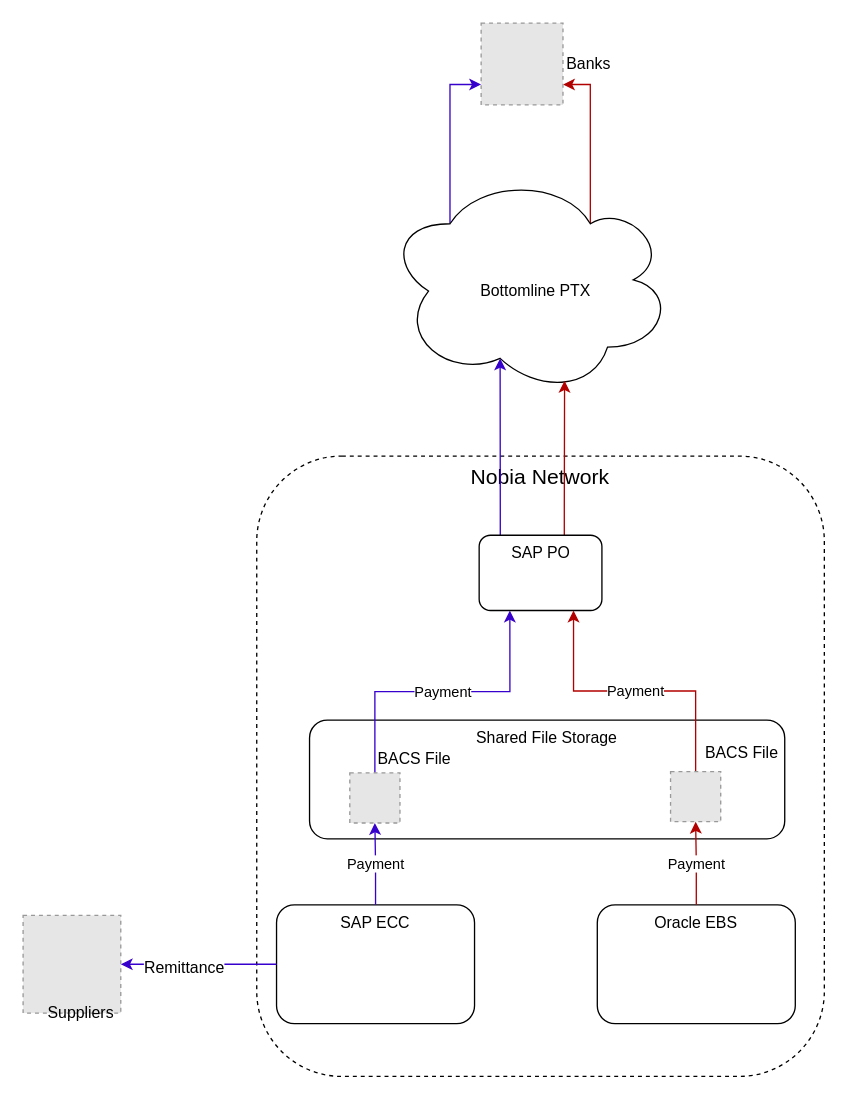
The draw.io diagram page "Bottomline- Step 2" (5 of 9) of Bottomline.drawio in mrf742002/Diagrams, before the edit. Source tidied: cells renumbered, new cells numbered last; positions are measured from the earlier drawing's top-left corner, leaving out a move shared by most shapes. Both pictures are drawn from the tidied source at 132%, with x=0, y=0 at pixel (22, 22). Pictures stored in the file or linked from it are replaced by grey dashed boxes.
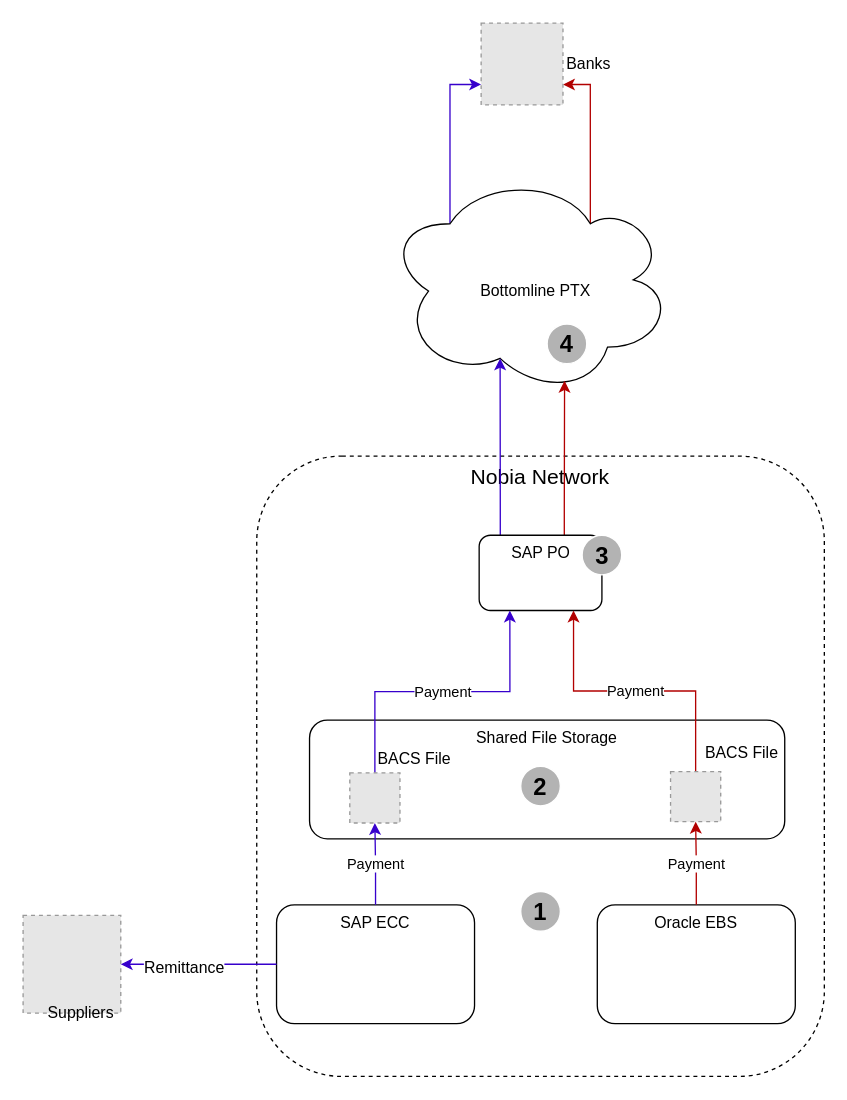
Above is the later version.

Change to the diagram source:
```diff
@@
+    <mxCell id="26" value="&lt;b&gt;&lt;font style=&quot;font-size: 18px&quot;&gt;1&lt;/font&gt;&lt;/b&gt;" style="ellipse;whiteSpace=wrap;html=1;strokeColor=#FFFFFF;fillColor=#B3B3B3;fontSize=20;" parent="1" vertex="1">
+      <mxGeometry x="377" y="658" width="30" height="30" as="geometry" />
+    </mxCell>
+    <mxCell id="27" value="&lt;b&gt;&lt;font style=&quot;font-size: 18px&quot;&gt;2&lt;/font&gt;&lt;/b&gt;" style="ellipse;whiteSpace=wrap;html=1;strokeColor=#FFFFFF;fillColor=#B3B3B3;fontSize=20;" parent="1" vertex="1">
+      <mxGeometry x="377" y="563" width="30" height="30" as="geometry" />
+    </mxCell>
+    <mxCell id="28" value="&lt;b&gt;&lt;font style=&quot;font-size: 18px&quot;&gt;3&lt;/font&gt;&lt;/b&gt;" style="ellipse;whiteSpace=wrap;html=1;strokeColor=#FFFFFF;fillColor=#B3B3B3;fontSize=20;" parent="1" vertex="1">
+      <mxGeometry x="423.5" y="388" width="30" height="30" as="geometry" />
+    </mxCell>
+    <mxCell id="29" value="&lt;b&gt;&lt;font style=&quot;font-size: 18px&quot;&gt;4&lt;/font&gt;&lt;/b&gt;" style="ellipse;whiteSpace=wrap;html=1;strokeColor=#FFFFFF;fillColor=#B3B3B3;fontSize=20;" parent="1" vertex="1">
+      <mxGeometry x="397" y="228" width="30" height="30" as="geometry" />
+    </mxCell>
```
